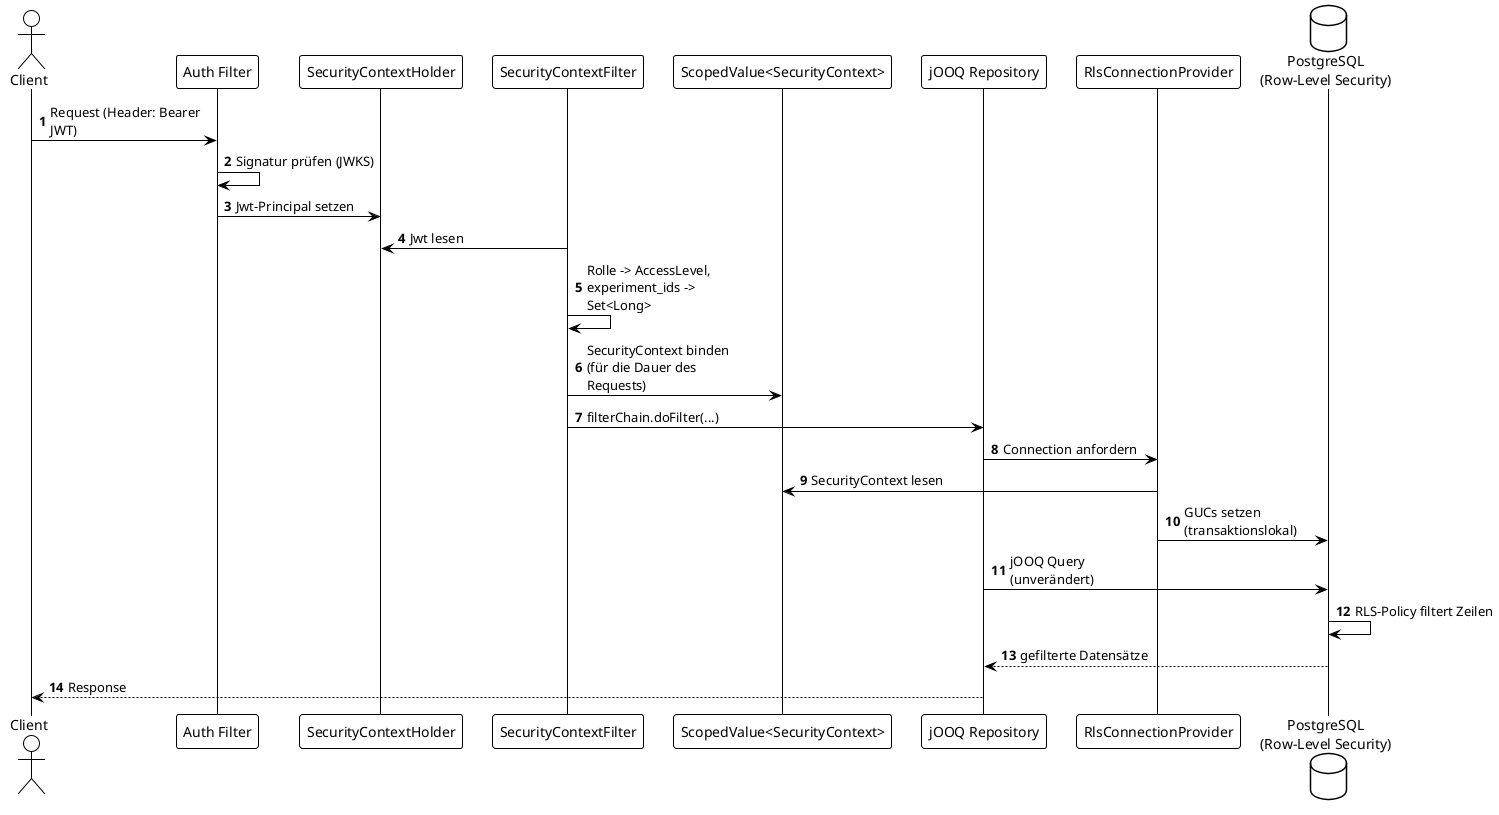
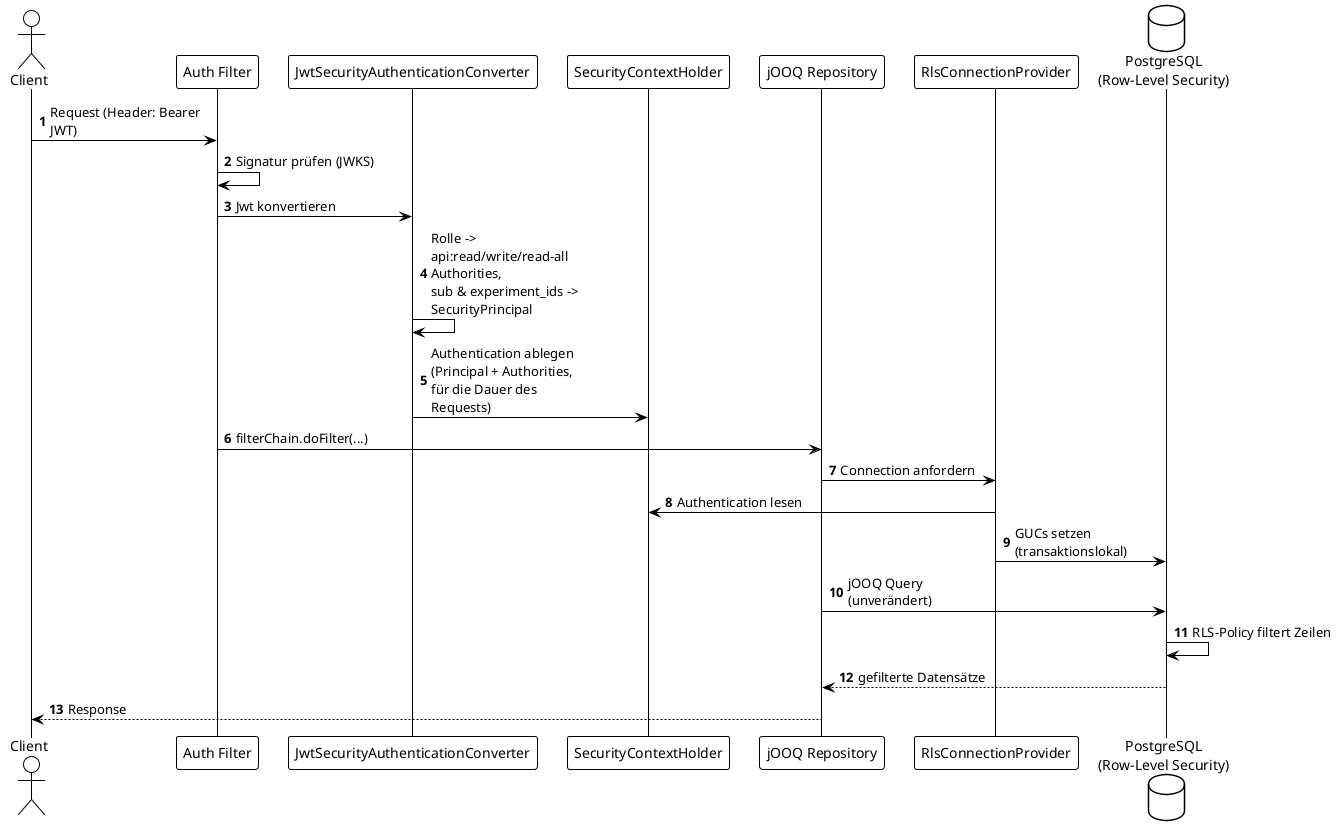
@startuml
!theme plain
autonumber
skinparam maxMessageSize 150

actor Client
participant "Auth Filter" as AuthFilter
+ participant "JwtSecurityAuthenticationConverter" as Converter
participant "SecurityContextHolder" as Holder
- participant "SecurityContextFilter" as CtxFilter
- participant "ScopedValue<SecurityContext>" as Scoped
participant "jOOQ Repository" as Repo
participant "RlsConnectionProvider" as ConnProvider
database "PostgreSQL\n(Row-Level Security)" as DB

Client -> AuthFilter : Request (Header: Bearer JWT)
AuthFilter -> AuthFilter : Signatur prüfen (JWKS)
- AuthFilter -> Holder : Jwt-Principal setzen
+ AuthFilter -> Converter : Jwt konvertieren

- CtxFilter -> Holder : Jwt lesen
- CtxFilter -> CtxFilter : Rolle -> AccessLevel,\nexperiment_ids -> Set<Long>
- CtxFilter -> Scoped : SecurityContext binden\n(für die Dauer des Requests)
+ Converter -> Converter : Rolle -> api:read/write/read-all Authorities,\nsub & experiment_ids -> SecurityPrincipal
+ Converter -> Holder : Authentication ablegen\n(Principal + Authorities, für die Dauer des Requests)

- CtxFilter -> Repo : filterChain.doFilter(...)
+ AuthFilter -> Repo : filterChain.doFilter(...)
Repo -> ConnProvider : Connection anfordern
- ConnProvider -> Scoped : SecurityContext lesen
+ ConnProvider -> Holder : Authentication lesen
ConnProvider -> DB : GUCs setzen (transaktionslokal)
Repo -> DB : jOOQ Query (unverändert)
DB -> DB : RLS-Policy filtert Zeilen
DB --> Repo : gefilterte Datensätze
Repo --> Client : Response

@enduml
